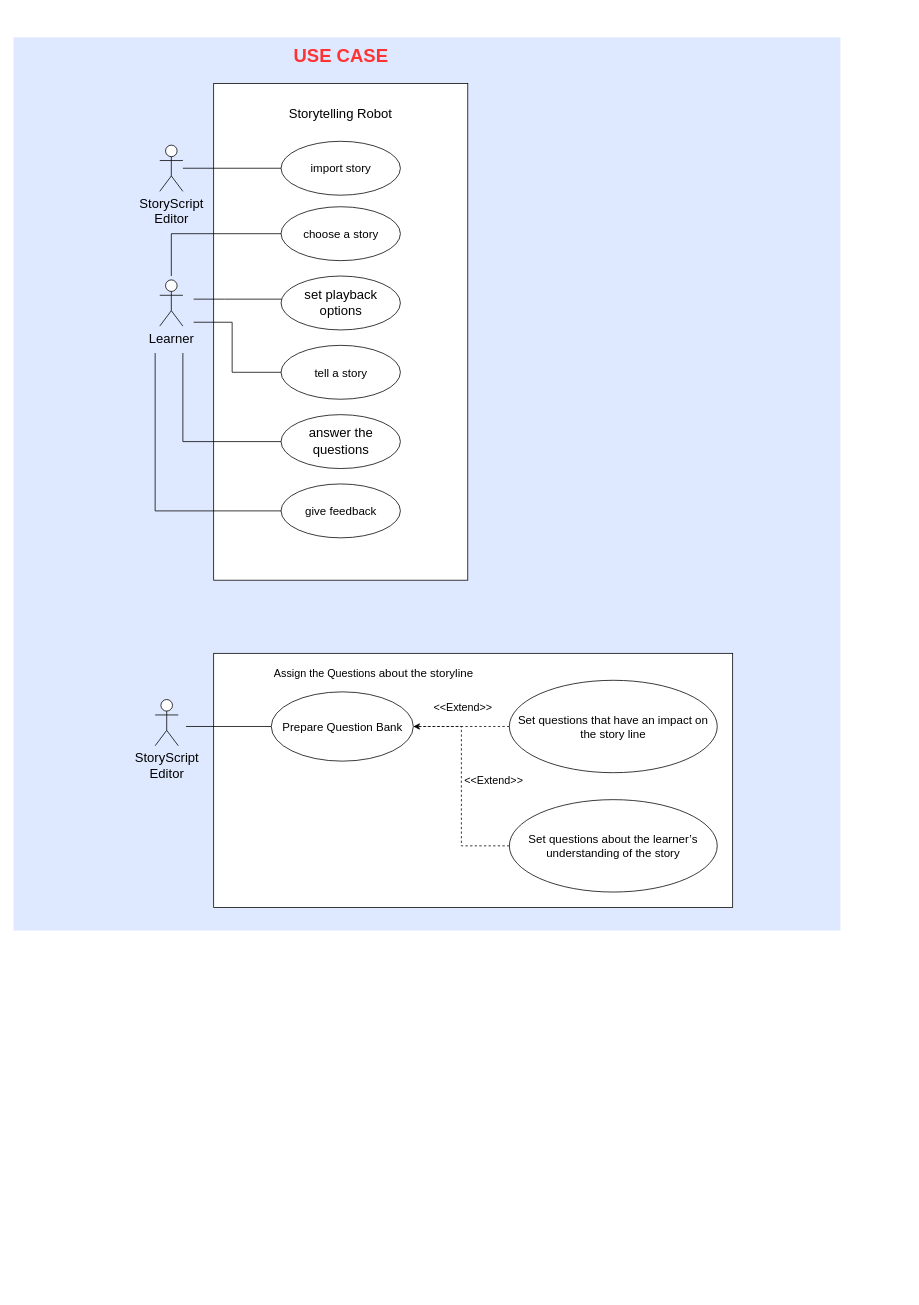
Earlier version of the draw.io diagram page "210608 USE CASE" (5 of 8) of Untitled Diagram.drawio (chewwwyong/dosomethingexcel). Source tidied: cells renumbered, new cells numbered last; positions are measured from the earlier drawing's top-left corner, leaving out a move shared by most shapes. Both pictures are drawn from the tidied source at 77%, with x=0, y=0 at pixel (13, 37).
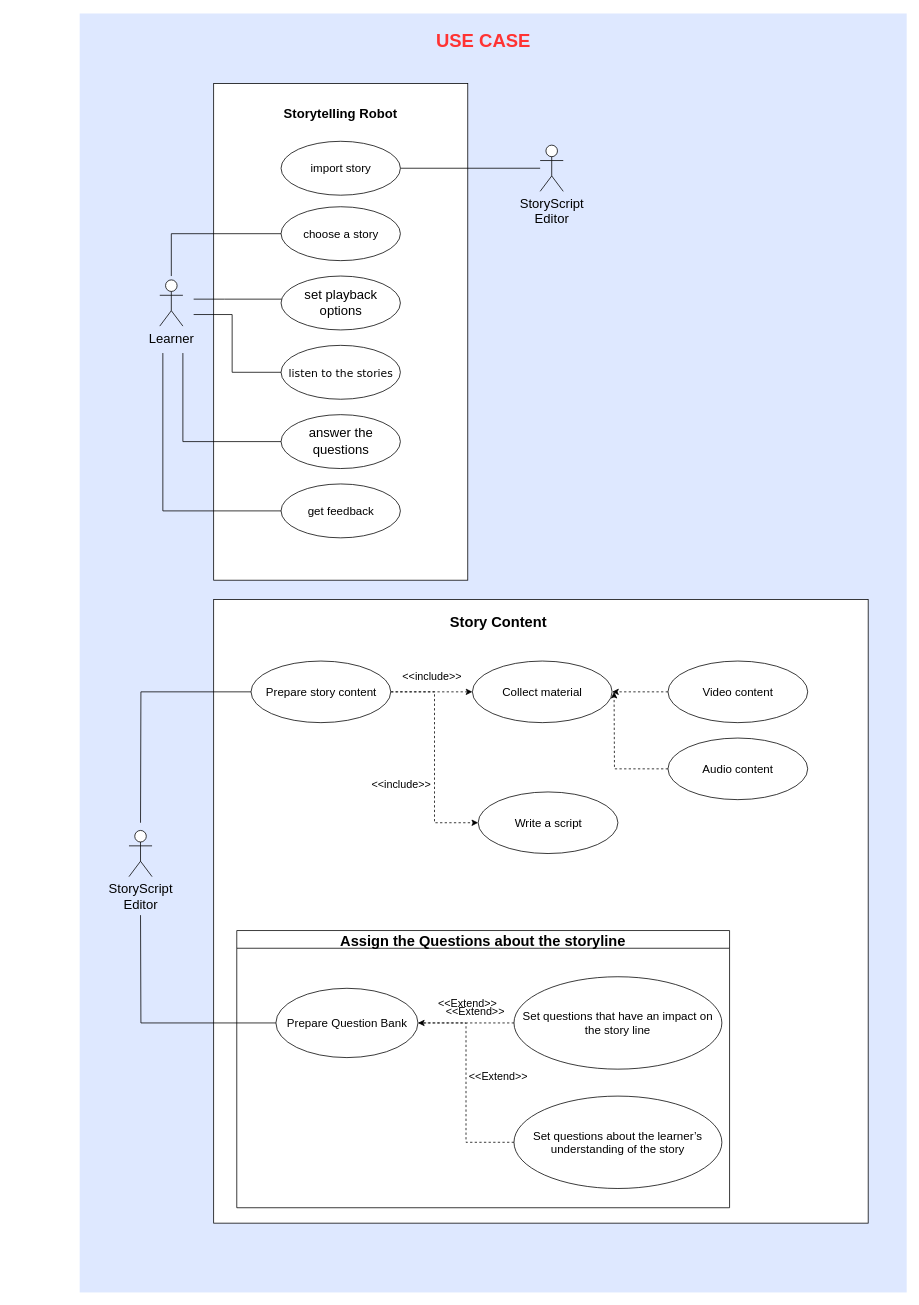
After the change.

The change refers to these unchanged cells:
```xml
<mxCell id="18" value="import story" style="ellipse;whiteSpace=wrap;html=1;spacing=2;verticalAlign=middle;horizontal=1;fontSize=15;" parent="1" vertex="1">
  <mxGeometry x="347.5" y="135" width="155" height="70" as="geometry" />
</mxCell>
```

What changed in the source:
```diff
@@
     <mxCell id="2" style="fillColor=#DEE8FF;strokeColor=none;" parent="1" vertex="1">
-      <mxGeometry width="1074" height="1160" as="geometry" />
+      <mxGeometry x="86" y="-31" width="1074" height="1661" as="geometry" />
     </mxCell>
@@
-    <mxCell id="5" value="Storytelling Robot" style="text;html=1;strokeColor=none;fillColor=none;align=center;verticalAlign=middle;whiteSpace=wrap;rounded=0;fontSize=17;" parent="1" vertex="1">
+    <mxCell id="5" value="Storytelling Robot" style="text;html=1;strokeColor=none;fillColor=none;align=center;verticalAlign=middle;whiteSpace=wrap;rounded=0;fontSize=17;fontStyle=1;" parent="1" vertex="1">
       <mxGeometry x="341.2" y="90" width="167.5" height="20" as="geometry" />
     </mxCell>
-    <mxCell id="6" value="tell a story" style="ellipse;whiteSpace=wrap;html=1;spacing=2;verticalAlign=middle;horizontal=1;fontSize=15;" parent="1" vertex="1">
+    <mxCell id="6" value="&lt;span style=&quot;font-family: &amp;#34;microsoft yahei&amp;#34; , &amp;#34;verdana&amp;#34; , &amp;#34;arial&amp;#34; , sans-serif ; font-size: 14px ; text-align: left&quot;&gt;listen to the stories&lt;/span&gt;" style="ellipse;whiteSpace=wrap;html=1;spacing=2;verticalAlign=middle;horizontal=1;fontSize=15;" parent="1" vertex="1">
       <mxGeometry x="347.5" y="400" width="155" height="70" as="geometry" />
     </mxCell>
@@
     <mxCell id="9" style="edgeStyle=orthogonalEdgeStyle;rounded=0;jettySize=auto;html=1;endArrow=none;endFill=0;" parent="1" edge="1" source="10">
       <mxGeometry relative="1" as="geometry">
-        <mxPoint x="184" y="410" as="targetPoint" />
+        <mxPoint x="194" y="410" as="targetPoint" />
         <Array as="points">
-          <mxPoint x="184" y="615" />
-          <mxPoint x="184" y="410" />
+          <mxPoint x="194" y="615" />
+          <mxPoint x="194" y="410" />
         </Array>
       </mxGeometry>
     </mxCell>
-    <mxCell id="10" value="give feedback" style="ellipse;whiteSpace=wrap;html=1;spacing=2;verticalAlign=middle;horizontal=1;fontSize=15;" parent="1" vertex="1">
+    <mxCell id="10" value="get feedback" style="ellipse;whiteSpace=wrap;html=1;spacing=2;verticalAlign=middle;horizontal=1;fontSize=15;" parent="1" vertex="1">
       <mxGeometry x="347.5" y="580" width="155" height="70" as="geometry" />
     </mxCell>
-    <mxCell id="11" style="edgeStyle=orthogonalEdgeStyle;rounded=0;jettySize=auto;html=1;entryX=0;entryY=0.5;entryDx=0;entryDy=0;endArrow=none;endFill=0;" parent="1" edge="1" source="12" target="18">
+    <mxCell id="11" style="edgeStyle=orthogonalEdgeStyle;rounded=0;jettySize=auto;html=1;entryX=1;entryY=0.5;entryDx=0;entryDy=0;fontSize=14;startArrow=none;startFill=0;endArrow=none;endFill=0;" parent="1" edge="1" source="12" target="18">
       <mxGeometry relative="1" as="geometry" />
     </mxCell>
     <mxCell id="12" value="StoryScript &lt;br&gt;Editor" style="shape=umlActor;verticalLabelPosition=bottom;verticalAlign=top;html=1;outlineConnect=0;fontSize=17;" parent="1" vertex="1">
-      <mxGeometry x="190" y="140" width="30" height="60" as="geometry" />
+      <mxGeometry x="684" y="140" width="30" height="60" as="geometry" />
     </mxCell>
     <mxCell id="13" style="edgeStyle=orthogonalEdgeStyle;rounded=0;jettySize=auto;html=1;entryX=0;entryY=0.5;entryDx=0;entryDy=0;endArrow=none;endFill=0;" parent="1" edge="1" target="6">
       <mxGeometry relative="1" as="geometry">
-        <mxPoint x="234" y="370" as="sourcePoint" />
+        <mxPoint x="234" y="360" as="sourcePoint" />
         <Array as="points">
-          <mxPoint x="284" y="370" />
+          <mxPoint x="234" y="360" />
+          <mxPoint x="284" y="360" />
           <mxPoint x="284" y="435" />
         </Array>
       </mxGeometry>
     </mxCell>
@@
     <mxCell id="19" value="USE CASE" style="text;html=1;strokeColor=none;fillColor=none;align=center;verticalAlign=middle;whiteSpace=wrap;rounded=0;fontSize=24;fontColor=#FF3333;fontStyle=1;" parent="1" vertex="1">
-      <mxGeometry x="332.5" width="185" height="50" as="geometry" />
+      <mxGeometry x="517.5" y="-20" width="185" height="50" as="geometry" />
     </mxCell>
     <mxCell id="20" style="rounded=0;whiteSpace=wrap;html=1;" parent="1" vertex="1">
-      <mxGeometry x="260" y="800" width="674" height="330" as="geometry" />
+      <mxGeometry x="260" y="730" width="850" height="810" as="geometry" />
     </mxCell>
-    <mxCell id="21" value="Assign the Questions&amp;nbsp;&lt;span style=&quot;font-size: 15px&quot;&gt;about the storyline&lt;/span&gt;" style="text;html=1;strokeColor=none;fillColor=none;align=center;verticalAlign=middle;whiteSpace=wrap;rounded=0;fontSize=14;" parent="1" vertex="1">
-      <mxGeometry x="321.8" y="810" width="292.2" height="30" as="geometry" />
-    </mxCell>
     <mxCell id="22" value="StoryScript &lt;br&gt;Editor" style="shape=umlActor;verticalLabelPosition=bottom;verticalAlign=top;html=1;fontSize=17;" parent="1" vertex="1">
-      <mxGeometry x="184" y="860" width="30" height="60" as="geometry" />
+      <mxGeometry x="150" y="1030" width="30" height="60" as="geometry" />
     </mxCell>
     <mxCell id="23" style="edgeStyle=orthogonalEdgeStyle;rounded=0;jettySize=auto;html=1;fontSize=14;endArrow=none;endFill=0;" parent="1" edge="1" source="24">
       <mxGeometry relative="1" as="geometry">
-        <mxPoint x="224" y="895" as="targetPoint" />
-        <Array as="points">
-          <mxPoint x="224" y="895" />
-        </Array>
+        <mxPoint x="165" y="1140" as="targetPoint" />
       </mxGeometry>
     </mxCell>
+    <mxCell id="31" value="&lt;b&gt;Story Content&lt;/b&gt;" style="text;html=1;strokeColor=none;fillColor=none;align=center;verticalAlign=middle;whiteSpace=wrap;rounded=0;fontSize=19;" parent="1" vertex="1">
+      <mxGeometry x="490" y="740" width="280" height="40" as="geometry" />
+    </mxCell>
+    <mxCell id="32" style="group;" parent="1" vertex="1">
+      <mxGeometry x="290" y="1160" width="640" height="360" as="geometry" />
+    </mxCell>
+    <mxCell id="29" value="&amp;lt;&amp;lt;Extend&amp;gt;&amp;gt;" style="text;html=1;strokeColor=none;fillColor=none;align=center;verticalAlign=middle;whiteSpace=wrap;rounded=0;fontSize=14;" parent="32" vertex="1">
+      <mxGeometry x="280" y="85" width="40" height="20" as="geometry" />
+    </mxCell>
+    <mxCell id="30" value="&amp;lt;&amp;lt;Extend&amp;gt;&amp;gt;" style="text;html=1;strokeColor=none;fillColor=none;align=center;verticalAlign=middle;whiteSpace=wrap;rounded=0;fontSize=14;" parent="32" vertex="1">
+      <mxGeometry x="320" y="180" width="40" height="20" as="geometry" />
+    </mxCell>
+    <mxCell id="33" style="group;" parent="32" vertex="1">
+      <mxGeometry width="640" height="360" as="geometry" />
+    </mxCell>
-    <mxCell id="24" value="Prepare Question Bank" style="ellipse;whiteSpace=wrap;html=1;spacing=2;verticalAlign=middle;horizontal=1;fontSize=15;" parent="1" vertex="1">
-      <mxGeometry x="334.8" y="850" width="184.5" height="90" as="geometry" />
+    <mxCell id="24" value="Prepare Question Bank" style="ellipse;whiteSpace=wrap;html=1;spacing=2;verticalAlign=middle;horizontal=1;fontSize=15;" parent="33" vertex="1">
+      <mxGeometry x="50.8" y="75" width="184.5" height="90" as="geometry" />
     </mxCell>
-    <mxCell id="25" style="edgeStyle=orthogonalEdgeStyle;rounded=0;jettySize=auto;html=1;entryX=1;entryY=0.5;entryDx=0;entryDy=0;fontSize=14;endArrow=classic;endFill=1;startArrow=none;startFill=0;dashed=1;" parent="1" edge="1" source="26" target="24">
-      <mxGeometry relative="1" as="geometry" />
-    </mxCell>
-    <mxCell id="26" value="Set questions&amp;nbsp;that have an impact on the story line" style="ellipse;whiteSpace=wrap;html=1;spacing=2;verticalAlign=middle;horizontal=1;fontSize=15;" parent="1" vertex="1">
-      <mxGeometry x="644" y="835" width="270" height="120" as="geometry" />
+    <mxCell id="26" value="Set questions&amp;nbsp;that have an impact on the story line" style="ellipse;whiteSpace=wrap;html=1;spacing=2;verticalAlign=middle;horizontal=1;fontSize=15;" parent="33" vertex="1">
+      <mxGeometry x="360" y="60" width="270" height="120" as="geometry" />
     </mxCell>
-    <mxCell id="27" style="edgeStyle=orthogonalEdgeStyle;rounded=0;jettySize=auto;html=1;entryX=1;entryY=0.5;entryDx=0;entryDy=0;fontSize=14;endArrow=none;endFill=0;dashed=1;" parent="1" edge="1" source="28" target="24">
+    <mxCell id="27" style="edgeStyle=orthogonalEdgeStyle;rounded=0;jettySize=auto;html=1;entryX=1;entryY=0.5;entryDx=0;entryDy=0;fontSize=14;endArrow=none;endFill=0;dashed=1;" parent="33" edge="1" source="28" target="24">
       <mxGeometry relative="1" as="geometry" />
     </mxCell>
-    <mxCell id="28" value="Set questions about the learner’s understanding of the story" style="ellipse;whiteSpace=wrap;html=1;spacing=2;verticalAlign=middle;horizontal=1;fontSize=15;" parent="1" vertex="1">
-      <mxGeometry x="644" y="990" width="270" height="120" as="geometry" />
+    <mxCell id="28" value="Set questions about the learner’s understanding of the story" style="ellipse;whiteSpace=wrap;html=1;spacing=2;verticalAlign=middle;horizontal=1;fontSize=15;" parent="33" vertex="1">
+      <mxGeometry x="360" y="215" width="270" height="120" as="geometry" />
     </mxCell>
-    <mxCell id="29" value="&amp;lt;&amp;lt;Extend&amp;gt;&amp;gt;" style="text;html=1;strokeColor=none;fillColor=none;align=center;verticalAlign=middle;whiteSpace=wrap;rounded=0;fontSize=14;" parent="1" vertex="1">
-      <mxGeometry x="564" y="860" width="40" height="20" as="geometry" />
-    </mxCell>
-    <mxCell id="30" value="&amp;lt;&amp;lt;Extend&amp;gt;&amp;gt;" style="text;html=1;strokeColor=none;fillColor=none;align=center;verticalAlign=middle;whiteSpace=wrap;rounded=0;fontSize=14;" parent="1" vertex="1">
-      <mxGeometry x="604" y="955" width="40" height="20" as="geometry" />
-    </mxCell>
+    <mxCell id="21" value="Assign the Questions about the storyline" style="swimlane;fontSize=19;" parent="33" vertex="1">
+      <mxGeometry width="640" height="360" as="geometry" />
+    </mxCell>
+    <mxCell id="25" style="edgeStyle=orthogonalEdgeStyle;rounded=0;jettySize=auto;html=1;entryX=1;entryY=0.5;entryDx=0;entryDy=0;fontSize=14;endArrow=classic;endFill=1;startArrow=none;startFill=0;dashed=1;" parent="33" edge="1" source="26" target="24">
+      <mxGeometry relative="1" as="geometry" />
+    </mxCell>
+    <mxCell id="34" style="edgeStyle=orthogonalEdgeStyle;rounded=0;jettySize=auto;html=1;fontSize=19;startArrow=none;startFill=0;endArrow=none;endFill=0;" parent="1" edge="1" source="36">
+      <mxGeometry relative="1" as="geometry">
+        <mxPoint x="165" y="1020" as="targetPoint" />
+      </mxGeometry>
+    </mxCell>
+    <mxCell id="35" style="edgeStyle=orthogonalEdgeStyle;rounded=0;jettySize=auto;html=1;entryX=0;entryY=0.5;entryDx=0;entryDy=0;dashed=1;fontSize=19;startArrow=none;startFill=0;endArrow=classic;endFill=1;" parent="1" edge="1" source="36" target="44">
+      <mxGeometry relative="1" as="geometry" />
+    </mxCell>
+    <mxCell id="36" value="Prepare story content" style="ellipse;whiteSpace=wrap;html=1;spacing=2;verticalAlign=middle;horizontal=1;fontSize=15;" parent="1" vertex="1">
+      <mxGeometry x="308.5" y="810" width="181.5" height="80" as="geometry" />
+    </mxCell>
+    <mxCell id="37" style="edgeStyle=orthogonalEdgeStyle;rounded=0;jettySize=auto;html=1;entryX=1;entryY=0.5;entryDx=0;entryDy=0;fontSize=19;startArrow=classic;startFill=1;endArrow=none;endFill=0;dashed=1;" parent="1" edge="1" source="38" target="36">
+      <mxGeometry relative="1" as="geometry" />
+    </mxCell>
+    <mxCell id="38" value="Collect material" style="ellipse;whiteSpace=wrap;html=1;spacing=2;verticalAlign=middle;horizontal=1;fontSize=15;" parent="1" vertex="1">
+      <mxGeometry x="596" y="810" width="181.5" height="80" as="geometry" />
+    </mxCell>
+    <mxCell id="39" value="&amp;lt;&amp;lt;include&amp;gt;&amp;gt;" style="text;html=1;strokeColor=none;fillColor=none;align=center;verticalAlign=middle;whiteSpace=wrap;rounded=0;fontSize=14;" parent="1" vertex="1">
+      <mxGeometry x="523.5" y="820" width="40" height="20" as="geometry" />
+    </mxCell>
+    <mxCell id="40" style="edgeStyle=orthogonalEdgeStyle;rounded=0;jettySize=auto;html=1;entryX=1;entryY=0.5;entryDx=0;entryDy=0;dashed=1;fontSize=19;startArrow=none;startFill=0;endArrow=classic;endFill=1;" parent="1" edge="1" source="41" target="38">
+      <mxGeometry relative="1" as="geometry" />
+    </mxCell>
+    <mxCell id="41" value="Video content" style="ellipse;whiteSpace=wrap;html=1;spacing=2;verticalAlign=middle;horizontal=1;fontSize=15;" parent="1" vertex="1">
+      <mxGeometry x="850" y="810" width="181.5" height="80" as="geometry" />
+    </mxCell>
+    <mxCell id="42" style="edgeStyle=orthogonalEdgeStyle;rounded=0;jettySize=auto;html=1;dashed=1;fontSize=19;startArrow=none;startFill=0;endArrow=classic;endFill=1;" parent="1" edge="1" source="43">
+      <mxGeometry relative="1" as="geometry">
+        <mxPoint x="780" y="850" as="targetPoint" />
+      </mxGeometry>
+    </mxCell>
+    <mxCell id="43" value="Audio content" style="ellipse;whiteSpace=wrap;html=1;spacing=2;verticalAlign=middle;horizontal=1;fontSize=15;" parent="1" vertex="1">
+      <mxGeometry x="850" y="910" width="181.5" height="80" as="geometry" />
+    </mxCell>
+    <mxCell id="44" value="Write a script" style="ellipse;whiteSpace=wrap;html=1;spacing=2;verticalAlign=middle;horizontal=1;fontSize=15;" parent="1" vertex="1">
+      <mxGeometry x="603.5" y="980" width="181.5" height="80" as="geometry" />
+    </mxCell>
+    <mxCell id="45" value="&amp;lt;&amp;lt;include&amp;gt;&amp;gt;" style="text;html=1;strokeColor=none;fillColor=none;align=center;verticalAlign=middle;whiteSpace=wrap;rounded=0;fontSize=14;" parent="1" vertex="1">
+      <mxGeometry x="483.5" y="960" width="40" height="20" as="geometry" />
+    </mxCell>
+    <mxCell id="46" value="&amp;lt;&amp;lt;Extend&amp;gt;&amp;gt;" style="text;html=1;strokeColor=none;fillColor=none;align=center;verticalAlign=middle;whiteSpace=wrap;rounded=0;fontSize=14;" parent="1" vertex="1">
+      <mxGeometry x="580" y="1255" width="40" height="20" as="geometry" />
+    </mxCell>
```
